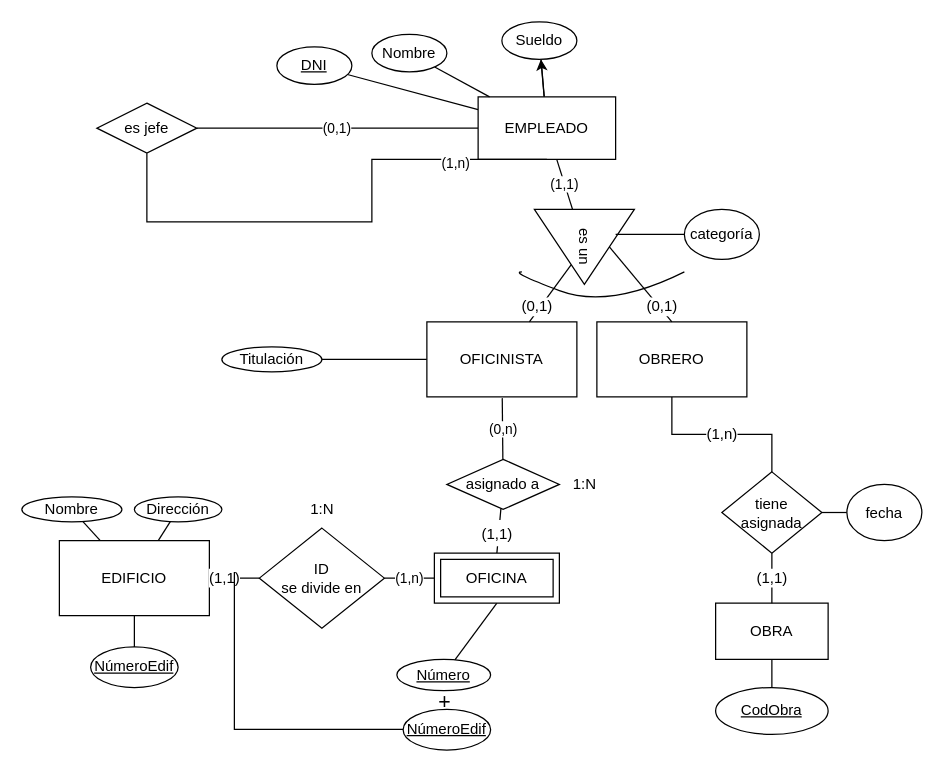
Above: page "Ejercicio 9" (2 of 3) of Ejercicio8-9-10.drawio in antonionavarro04/diagramas (draw.io), before the change. Source tidied: cells renumbered, new cells numbered last; positions are measured from the earlier drawing's top-left corner, leaving out a move shared by most shapes. Both pictures are drawn from the tidied source at 125%, with x=0, y=0 at pixel (21, 21).
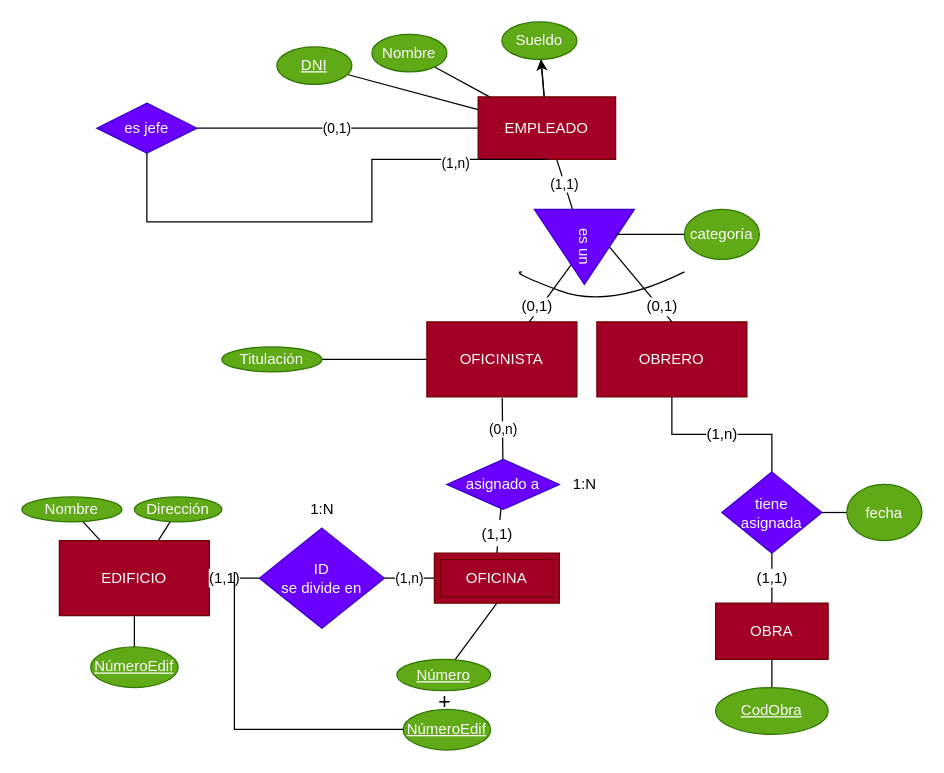
The same page after the edit.

What changed in the source:
```diff
@@
-    <mxCell id="7" value="EMPLEADO" style="rounded=0;whiteSpace=wrap;html=1;" parent="1" vertex="1">
+    <mxCell id="7" value="EMPLEADO" style="rounded=0;whiteSpace=wrap;html=1;fillColor=#a20025;fontColor=#ffffff;strokeColor=#6F0000;" parent="1" vertex="1">
       <mxGeometry x="365" y="60" width="110" height="50" as="geometry" />
     </mxCell>
@@
-    <mxCell id="10" value="OFICINISTA" style="rounded=0;whiteSpace=wrap;html=1;" parent="1" vertex="1">
+    <mxCell id="10" value="OFICINISTA" style="rounded=0;whiteSpace=wrap;html=1;fillColor=#a20025;fontColor=#ffffff;strokeColor=#6F0000;" parent="1" vertex="1">
       <mxGeometry x="324" y="240" width="120" height="60" as="geometry" />
     </mxCell>
@@
-    <mxCell id="16" value="OBRA" style="whiteSpace=wrap;html=1;" parent="1" vertex="1">
+    <mxCell id="16" value="OBRA" style="whiteSpace=wrap;html=1;fillColor=#a20025;fontColor=#ffffff;strokeColor=#6F0000;" parent="1" vertex="1">
       <mxGeometry x="555" y="465" width="90" height="45" as="geometry" />
     </mxCell>
@@
-    <mxCell id="20" value="EDIFICIO" style="whiteSpace=wrap;html=1;" parent="1" vertex="1">
+    <mxCell id="20" value="EDIFICIO" style="whiteSpace=wrap;html=1;fillColor=#a20025;fontColor=#ffffff;strokeColor=#6F0000;" parent="1" vertex="1">
       <mxGeometry x="30" y="415" width="120" height="60" as="geometry" />
     </mxCell>
@@
-    <mxCell id="22" value="OBRERO" style="whiteSpace=wrap;html=1;" parent="1" vertex="1">
+    <mxCell id="22" value="OBRERO" style="whiteSpace=wrap;html=1;fillColor=#a20025;fontColor=#ffffff;strokeColor=#6F0000;" parent="1" vertex="1">
       <mxGeometry x="460" y="240" width="120" height="60" as="geometry" />
     </mxCell>
-    <mxCell id="23" value="&lt;u&gt;DNI&lt;/u&gt;" style="ellipse;whiteSpace=wrap;html=1;rounded=0;" parent="1" vertex="1">
+    <mxCell id="23" value="&lt;u&gt;DNI&lt;/u&gt;" style="ellipse;whiteSpace=wrap;html=1;rounded=0;fillColor=#60a917;fontColor=#ffffff;strokeColor=#2D7600;" parent="1" vertex="1">
       <mxGeometry x="204" y="20" width="60" height="30" as="geometry" />
     </mxCell>
@@
-    <mxCell id="25" value="Nombre" style="ellipse;whiteSpace=wrap;html=1;rounded=0;" parent="1" vertex="1">
+    <mxCell id="25" value="Nombre" style="ellipse;whiteSpace=wrap;html=1;rounded=0;fillColor=#60a917;fontColor=#ffffff;strokeColor=#2D7600;" parent="1" vertex="1">
       <mxGeometry x="280" y="10" width="60" height="30" as="geometry" />
     </mxCell>
-    <mxCell id="26" value="Sueldo" style="ellipse;whiteSpace=wrap;html=1;rounded=0;" parent="1" vertex="1">
+    <mxCell id="26" value="Sueldo" style="ellipse;whiteSpace=wrap;html=1;rounded=0;fillColor=#60a917;fontColor=#ffffff;strokeColor=#2D7600;" parent="1" vertex="1">
       <mxGeometry x="384" width="60" height="30" as="geometry" />
     </mxCell>
-    <mxCell id="27" value="es jefe" style="rhombus;whiteSpace=wrap;html=1;" parent="1" vertex="1">
+    <mxCell id="27" value="es jefe" style="rhombus;whiteSpace=wrap;html=1;fillColor=#6a00ff;fontColor=#ffffff;strokeColor=#3700CC;" parent="1" vertex="1">
       <mxGeometry x="60" y="65" width="80" height="40" as="geometry" />
     </mxCell>
@@
-    <mxCell id="30" value="Titulación" style="ellipse;whiteSpace=wrap;html=1;rounded=0;" parent="1" vertex="1">
+    <mxCell id="30" value="Titulación" style="ellipse;whiteSpace=wrap;html=1;rounded=0;fillColor=#60a917;fontColor=#ffffff;strokeColor=#2D7600;" parent="1" vertex="1">
       <mxGeometry x="160" y="260" width="80" height="20" as="geometry" />
     </mxCell>
@@
-    <mxCell id="33" value="es un" style="triangle;whiteSpace=wrap;html=1;rotation=90;" parent="1" vertex="1">
+    <mxCell id="33" value="es un" style="triangle;whiteSpace=wrap;html=1;rotation=90;fillColor=#6a00ff;fontColor=#ffffff;strokeColor=#3700CC;" parent="1" vertex="1">
       <mxGeometry x="420" y="140" width="60" height="80" as="geometry" />
     </mxCell>
-    <mxCell id="34" value="asignado a" style="rhombus;whiteSpace=wrap;html=1;" parent="1" vertex="1">
+    <mxCell id="34" value="asignado a" style="rhombus;whiteSpace=wrap;html=1;fillColor=#6a00ff;fontColor=#ffffff;strokeColor=#3700CC;" parent="1" vertex="1">
       <mxGeometry x="340" y="350" width="90" height="40" as="geometry" />
     </mxCell>
-    <mxCell id="35" value="Nombre" style="ellipse;whiteSpace=wrap;html=1;" parent="1" vertex="1">
+    <mxCell id="35" value="Nombre" style="ellipse;whiteSpace=wrap;html=1;fillColor=#60a917;fontColor=#ffffff;strokeColor=#2D7600;" parent="1" vertex="1">
       <mxGeometry y="380" width="80" height="20" as="geometry" />
     </mxCell>
-    <mxCell id="36" value="Dirección" style="ellipse;whiteSpace=wrap;html=1;" parent="1" vertex="1">
+    <mxCell id="36" value="Dirección" style="ellipse;whiteSpace=wrap;html=1;fillColor=#60a917;fontColor=#ffffff;strokeColor=#2D7600;" parent="1" vertex="1">
       <mxGeometry x="90" y="380" width="70" height="20" as="geometry" />
     </mxCell>
@@
-    <mxCell id="39" value="ID&lt;br&gt;se divide en" style="rhombus;whiteSpace=wrap;html=1;" parent="1" vertex="1">
+    <mxCell id="39" value="ID&lt;br&gt;se divide en" style="rhombus;whiteSpace=wrap;html=1;fillColor=#6a00ff;fontColor=#ffffff;strokeColor=#3700CC;" parent="1" vertex="1">
       <mxGeometry x="190" y="405" width="100" height="80" as="geometry" />
     </mxCell>
-    <mxCell id="40" value="&lt;u&gt;Número&lt;/u&gt;" style="ellipse;whiteSpace=wrap;html=1;" parent="1" vertex="1">
+    <mxCell id="40" value="&lt;u&gt;Número&lt;/u&gt;" style="ellipse;whiteSpace=wrap;html=1;fillColor=#60a917;fontColor=#ffffff;strokeColor=#2D7600;" parent="1" vertex="1">
       <mxGeometry x="300" y="510" width="75" height="25" as="geometry" />
     </mxCell>
-    <mxCell id="41" value="OFICINA" style="shape=ext;margin=3;double=1;whiteSpace=wrap;html=1;align=center;" parent="1" vertex="1">
+    <mxCell id="41" value="OFICINA" style="shape=ext;margin=3;double=1;whiteSpace=wrap;html=1;align=center;fillColor=#a20025;fontColor=#ffffff;strokeColor=#6F0000;" parent="1" vertex="1">
       <mxGeometry x="330" y="425" width="100" height="40" as="geometry" />
     </mxCell>
-    <mxCell id="42" value="&lt;u&gt;NúmeroEdif&lt;/u&gt;" style="ellipse;whiteSpace=wrap;html=1;" parent="1" vertex="1">
+    <mxCell id="42" value="&lt;u&gt;NúmeroEdif&lt;/u&gt;" style="ellipse;whiteSpace=wrap;html=1;fillColor=#60a917;fontColor=#ffffff;strokeColor=#2D7600;" parent="1" vertex="1">
       <mxGeometry x="55" y="500" width="70" height="32.5" as="geometry" />
     </mxCell>
-    <mxCell id="43" value="&lt;u&gt;NúmeroEdif&lt;/u&gt;" style="ellipse;whiteSpace=wrap;html=1;" parent="1" vertex="1">
+    <mxCell id="43" value="&lt;u&gt;NúmeroEdif&lt;/u&gt;" style="ellipse;whiteSpace=wrap;html=1;fillColor=#60a917;fontColor=#ffffff;strokeColor=#2D7600;" parent="1" vertex="1">
       <mxGeometry x="305" y="550" width="70" height="32.5" as="geometry" />
     </mxCell>
@@
-    <mxCell id="52" value="tiene asignada" style="rhombus;whiteSpace=wrap;html=1;" parent="1" vertex="1">
+    <mxCell id="52" value="tiene asignada" style="rhombus;whiteSpace=wrap;html=1;fillColor=#6a00ff;fontColor=#ffffff;strokeColor=#3700CC;" parent="1" vertex="1">
       <mxGeometry x="560" y="360" width="80" height="65" as="geometry" />
     </mxCell>
-    <mxCell id="53" value="fecha" style="ellipse;whiteSpace=wrap;html=1;" parent="1" vertex="1">
+    <mxCell id="53" value="fecha" style="ellipse;whiteSpace=wrap;html=1;fillColor=#60a917;fontColor=#ffffff;strokeColor=#2D7600;" parent="1" vertex="1">
       <mxGeometry x="660" y="370" width="60" height="45" as="geometry" />
     </mxCell>
-    <mxCell id="54" value="&lt;u&gt;CodObra&lt;/u&gt;" style="ellipse;whiteSpace=wrap;html=1;" parent="1" vertex="1">
+    <mxCell id="54" value="&lt;u&gt;CodObra&lt;/u&gt;" style="ellipse;whiteSpace=wrap;html=1;fillColor=#60a917;fontColor=#ffffff;strokeColor=#2D7600;" parent="1" vertex="1">
       <mxGeometry x="555" y="532.5" width="90" height="37.5" as="geometry" />
     </mxCell>
@@
-    <mxCell id="56" value="categoría" style="ellipse;whiteSpace=wrap;html=1;align=center;fontSize=12;" parent="1" vertex="1">
+    <mxCell id="56" value="categoría" style="ellipse;whiteSpace=wrap;html=1;align=center;fontSize=12;fillColor=#60a917;fontColor=#ffffff;strokeColor=#2D7600;" parent="1" vertex="1">
       <mxGeometry x="530" y="150" width="60" height="40" as="geometry" />
     </mxCell>
```
